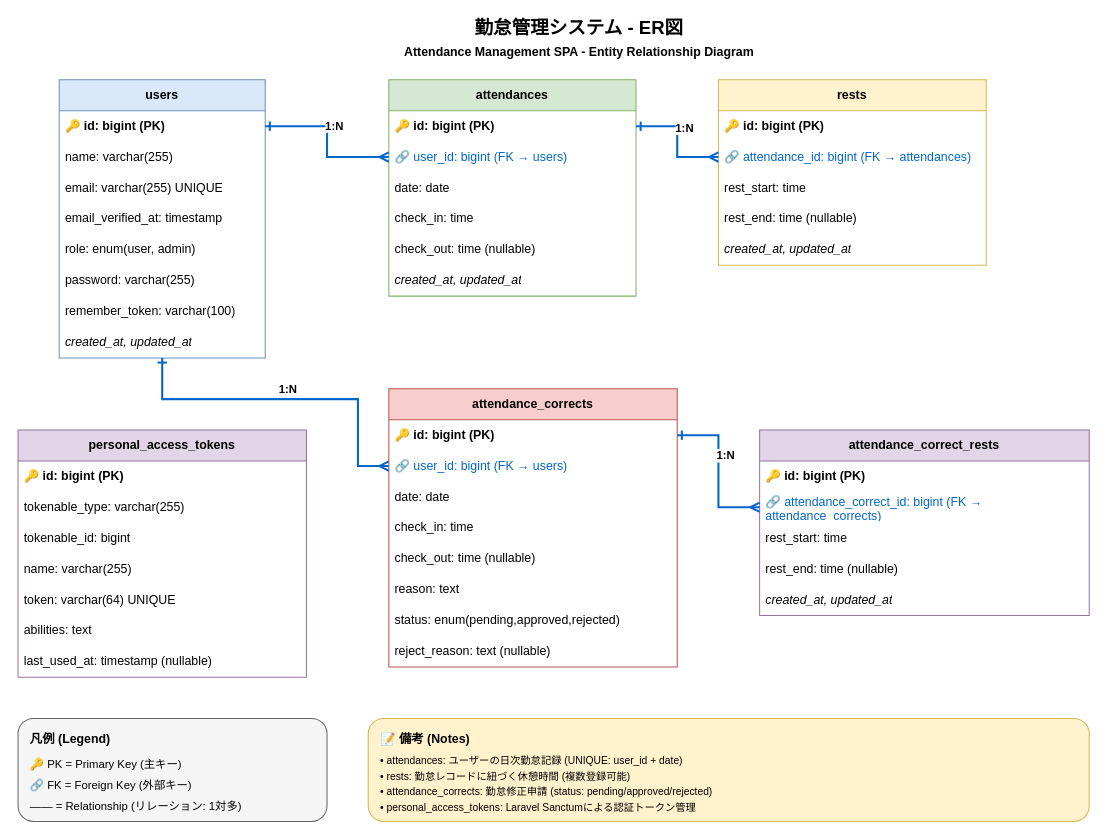
Before: docs/er-diagram.drawio in Kenichi-Tnk/attendance-spa-nuxt2, a draw.io diagram. Source tidied: cells renumbered, new cells numbered last; positions are measured from the earlier drawing's top-left corner, leaving out a move shared by most shapes. Both pictures are drawn from the tidied source at 103%, with x=0, y=0 at pixel (18, 18).
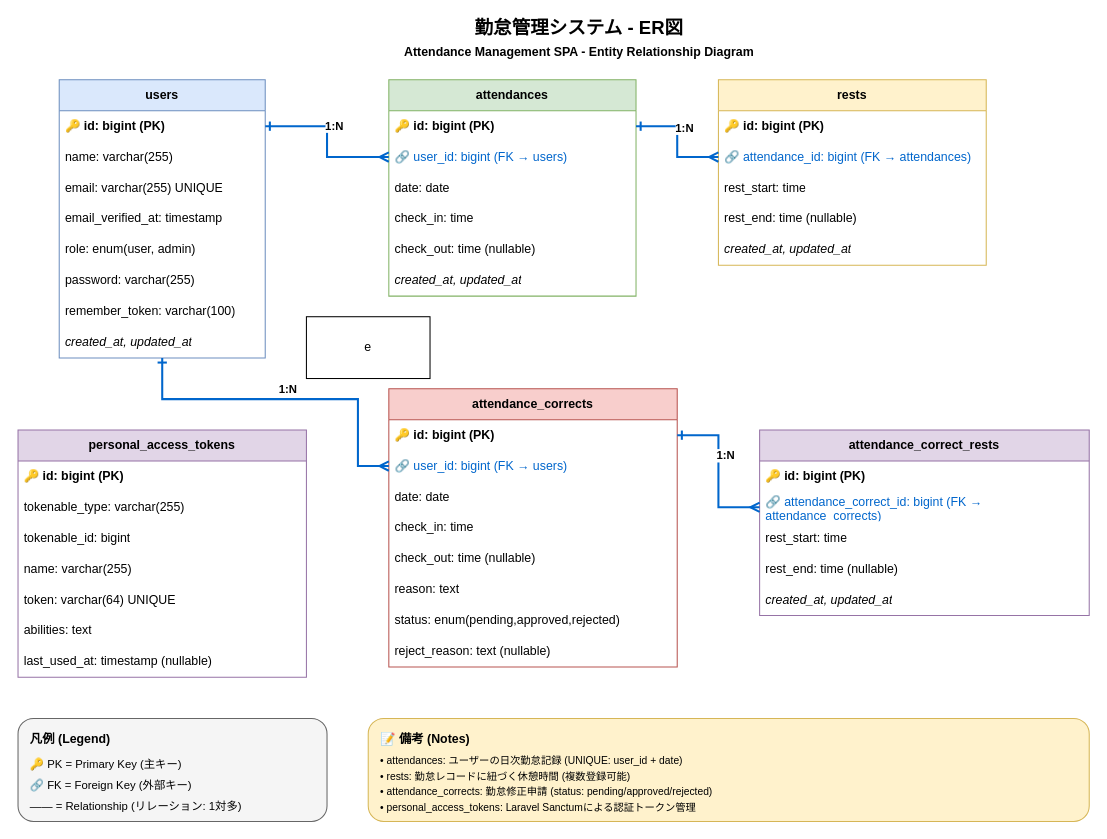
Above is the later version.

Commit message (it also covers changes not shown here):
READMEにER図を追加

Change to the diagram source:
```diff
@@
-<mxGraphModel>
+<mxGraphModel background="#FFFFFF">
@@
+    <mxCell id="67" value="e" style="whiteSpace=wrap;html=1;" parent="1" vertex="1">
+      <mxGeometry x="280" y="290" width="120" height="60" as="geometry" />
+    </mxCell>
```
